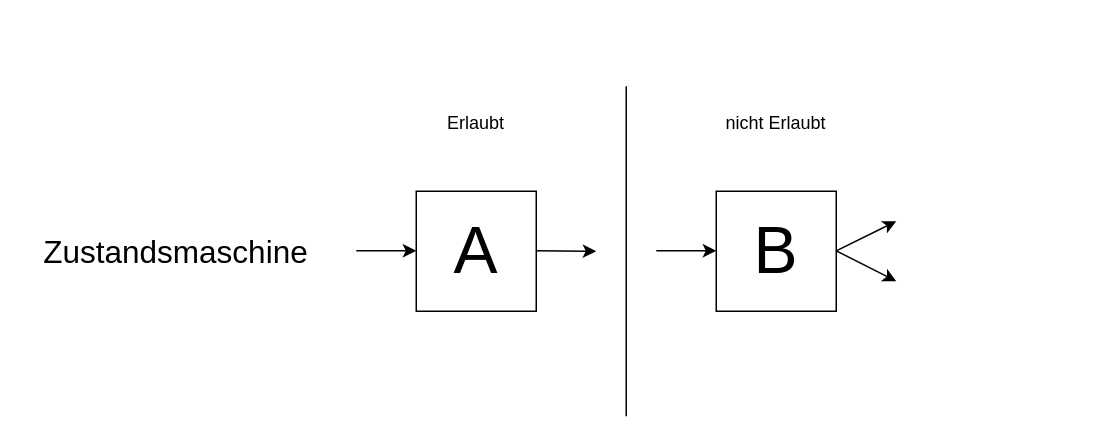
Marakil/BA_Bilder keeps this draw.io diagram as NetzklassenErlaubtNichtErlaubt.drawio. Above is the earlier version. Source tidied: cells renumbered, new cells numbered last; positions are measured from the earlier drawing's top-left corner, leaving out a move shared by most shapes. Both pictures are drawn from the tidied source at 150%, with x=0, y=0 at pixel (26, 86).
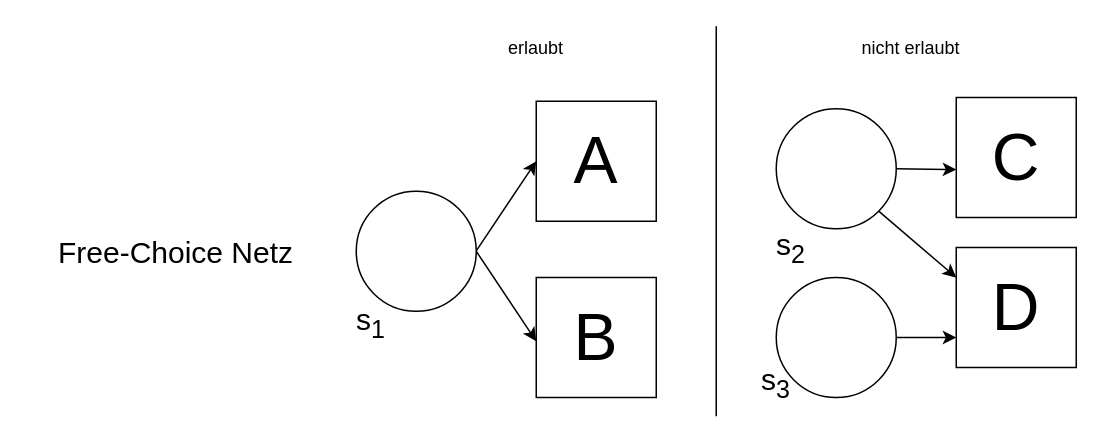
After the change.

Diff of the diagram source:
```diff
@@
-    <mxCell id="2" value="&lt;font style=&quot;font-size: 21px;&quot;&gt;Zustandsmaschine&lt;/font&gt;" style="text;html=1;strokeColor=none;fillColor=none;align=center;verticalAlign=middle;whiteSpace=wrap;rounded=0;" parent="1" vertex="1">
+    <mxCell id="2" value="Free-Choice Netz" style="text;html=1;strokeColor=none;fillColor=none;align=center;verticalAlign=middle;whiteSpace=wrap;rounded=0;fontSize=20;" parent="1" vertex="1">
       <mxGeometry y="82.5" width="200" height="55" as="geometry" />
     </mxCell>
-    <mxCell id="3" value="A" style="rounded=0;whiteSpace=wrap;html=1;fontSize=44;" parent="1" vertex="1">
-      <mxGeometry x="260" y="70" width="80" height="80" as="geometry" />
-    </mxCell>
-    <mxCell id="4" style="endArrow=classic;html=1;rounded=0;curved=1;exitX=1;exitY=0.5;exitDx=0;exitDy=0;" parent="1" edge="1">
-      <mxGeometry relative="1" as="geometry">
-        <mxPoint x="220" y="109.7" as="sourcePoint" />
-        <mxPoint x="260" y="109.7" as="targetPoint" />
-      </mxGeometry>
-    </mxCell>
     <mxCell id="5" style="endArrow=classic;html=1;rounded=0;curved=1;exitX=1;exitY=0.5;exitDx=0;exitDy=0;" parent="1" edge="1">
       <mxGeometry relative="1" as="geometry">
-        <mxPoint x="340" y="109.7" as="sourcePoint" />
-        <mxPoint x="380" y="110" as="targetPoint" />
+        <mxPoint x="300" y="109.7" as="sourcePoint" />
+        <mxPoint x="340" y="50" as="targetPoint" />
       </mxGeometry>
     </mxCell>
-    <mxCell id="6" value="B" style="rounded=0;whiteSpace=wrap;html=1;fontSize=44;" parent="1" vertex="1">
-      <mxGeometry x="460" y="70" width="80" height="80" as="geometry" />
-    </mxCell>
-    <mxCell id="7" style="endArrow=classic;html=1;rounded=0;curved=1;exitX=1;exitY=0.5;exitDx=0;exitDy=0;" parent="1" edge="1">
-      <mxGeometry relative="1" as="geometry">
-        <mxPoint x="420" y="109.7" as="sourcePoint" />
-        <mxPoint x="460" y="109.7" as="targetPoint" />
-      </mxGeometry>
-    </mxCell>
-    <mxCell id="8" style="endArrow=classic;html=1;rounded=0;curved=1;exitX=1;exitY=0.5;exitDx=0;exitDy=0;" parent="1" edge="1">
+    <mxCell id="8" style="endArrow=classic;html=1;rounded=0;curved=1;exitX=1;exitY=0.5;exitDx=0;exitDy=0;" parent="1" edge="1" source="14">
       <mxGeometry relative="1" as="geometry">
-        <mxPoint x="540" y="109.7" as="sourcePoint" />
-        <mxPoint x="580" y="90" as="targetPoint" />
+        <mxPoint x="620" y="55.5" as="targetPoint" />
       </mxGeometry>
     </mxCell>
-    <mxCell id="9" style="endArrow=classic;html=1;rounded=0;curved=1;exitX=1;exitY=0.5;exitDx=0;exitDy=0;" parent="1" edge="1">
+    <mxCell id="9" style="endArrow=classic;html=1;rounded=0;curved=1;exitX=1;exitY=1;exitDx=0;exitDy=0;" parent="1" edge="1" source="14">
       <mxGeometry relative="1" as="geometry">
-        <mxPoint x="540" y="109.7" as="sourcePoint" />
-        <mxPoint x="580" y="130" as="targetPoint" />
+        <mxPoint x="620" y="127.5" as="targetPoint" />
       </mxGeometry>
     </mxCell>
     <mxCell id="10" style="endArrow=none;html=1;rounded=0;" parent="1" edge="1">
       <mxGeometry relative="1" as="geometry">
-        <mxPoint x="400" y="220" as="sourcePoint" />
-        <mxPoint x="400" as="targetPoint" />
+        <mxPoint x="460" y="220" as="sourcePoint" />
+        <mxPoint x="460" y="-40" as="targetPoint" />
       </mxGeometry>
     </mxCell>
-    <mxCell id="11" value="nicht Erlaubt" style="text;html=1;strokeColor=none;fillColor=none;align=center;verticalAlign=middle;whiteSpace=wrap;rounded=0;" parent="1" vertex="1">
-      <mxGeometry x="440" y="10" width="120" height="30" as="geometry" />
+    <mxCell id="11" value="nicht erlaubt" style="text;html=1;strokeColor=none;fillColor=none;align=center;verticalAlign=middle;whiteSpace=wrap;rounded=0;" parent="1" vertex="1">
+      <mxGeometry x="530" y="-40" width="120" height="30" as="geometry" />
     </mxCell>
-    <mxCell id="12" value="Erlaubt" style="text;html=1;strokeColor=none;fillColor=none;align=center;verticalAlign=middle;whiteSpace=wrap;rounded=0;" parent="1" vertex="1">
-      <mxGeometry x="270" y="10" width="60" height="30" as="geometry" />
+    <mxCell id="12" value="erlaubt" style="text;html=1;strokeColor=none;fillColor=none;align=center;verticalAlign=middle;whiteSpace=wrap;rounded=0;" parent="1" vertex="1">
+      <mxGeometry x="310" y="-40" width="60" height="30" as="geometry" />
     </mxCell>
+    <mxCell id="13" style="ellipse;whiteSpace=wrap;html=1;" parent="1" vertex="1">
+      <mxGeometry x="220" y="70" width="80" height="80" as="geometry" />
+    </mxCell>
+    <mxCell id="14" style="ellipse;whiteSpace=wrap;html=1;" parent="1" vertex="1">
+      <mxGeometry x="500" y="15" width="80" height="80" as="geometry" />
+    </mxCell>
+    <mxCell id="15" value="s&lt;sub&gt;1&lt;/sub&gt;" style="text;html=1;strokeColor=none;fillColor=none;align=center;verticalAlign=middle;whiteSpace=wrap;rounded=0;fontSize=20;" parent="1" vertex="1">
+      <mxGeometry x="200" y="137.5" width="60" height="40" as="geometry" />
+    </mxCell>
+    <mxCell id="16" value="&lt;div&gt;s&lt;sub&gt;2&lt;/sub&gt;&lt;/div&gt;" style="text;html=1;strokeColor=none;fillColor=none;align=center;verticalAlign=middle;whiteSpace=wrap;rounded=0;fontSize=20;" parent="1" vertex="1">
+      <mxGeometry x="480" y="87.5" width="60" height="40" as="geometry" />
+    </mxCell>
+    <mxCell id="17" style="endArrow=classic;html=1;rounded=0;curved=1;exitX=1;exitY=0.5;exitDx=0;exitDy=0;" parent="1" edge="1">
+      <mxGeometry relative="1" as="geometry">
+        <mxPoint x="300" y="110" as="sourcePoint" />
+        <mxPoint x="340" y="170" as="targetPoint" />
+      </mxGeometry>
+    </mxCell>
+    <mxCell id="3" value="A" style="rounded=0;whiteSpace=wrap;html=1;fontSize=44;" parent="1" vertex="1">
+      <mxGeometry x="340" y="10" width="80" height="80" as="geometry" />
+    </mxCell>
+    <mxCell id="6" value="B" style="rounded=0;whiteSpace=wrap;html=1;fontSize=44;" parent="1" vertex="1">
+      <mxGeometry x="340" y="127.5" width="80" height="80" as="geometry" />
+    </mxCell>
+    <mxCell id="18" style="endArrow=classic;html=1;rounded=0;curved=1;exitX=1;exitY=0.5;exitDx=0;exitDy=0;" parent="1" edge="1" source="19">
+      <mxGeometry relative="1" as="geometry">
+        <mxPoint x="620" y="167.5" as="targetPoint" />
+      </mxGeometry>
+    </mxCell>
+    <mxCell id="19" style="ellipse;whiteSpace=wrap;html=1;" parent="1" vertex="1">
+      <mxGeometry x="500" y="127.5" width="80" height="80" as="geometry" />
+    </mxCell>
+    <mxCell id="20" value="&lt;div&gt;s&lt;sub&gt;3&lt;/sub&gt;&lt;/div&gt;" style="text;html=1;strokeColor=none;fillColor=none;align=center;verticalAlign=middle;whiteSpace=wrap;rounded=0;fontSize=20;" parent="1" vertex="1">
+      <mxGeometry x="470" y="177.5" width="60" height="40" as="geometry" />
+    </mxCell>
+    <mxCell id="21" value="C" style="rounded=0;whiteSpace=wrap;html=1;fontSize=44;" parent="1" vertex="1">
+      <mxGeometry x="620" y="7.5" width="80" height="80" as="geometry" />
+    </mxCell>
+    <mxCell id="22" value="D" style="rounded=0;whiteSpace=wrap;html=1;fontSize=44;" parent="1" vertex="1">
+      <mxGeometry x="620" y="107.5" width="80" height="80" as="geometry" />
+    </mxCell>
```
